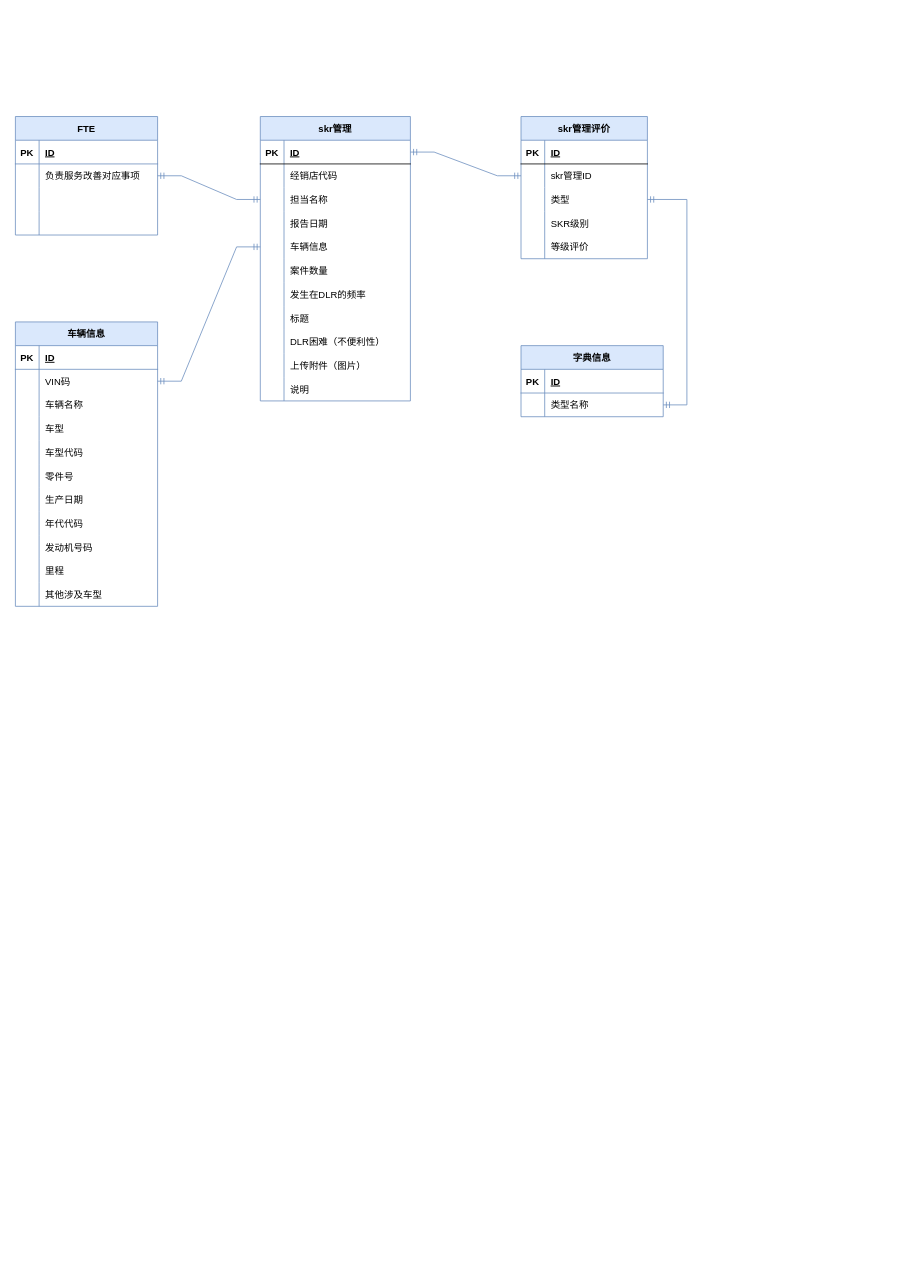
Above: GitTest/WebRoot/WEB-INF/Untitled Diagram.drawio in yinwenwei/testhyinwenwei (draw.io), before the change. Source tidied: cells renumbered, new cells numbered last; positions are measured from the earlier drawing's top-left corner, leaving out a move shared by most shapes. Both pictures are drawn from the tidied source at 79%, with x=0, y=0 at pixel (15, 116).
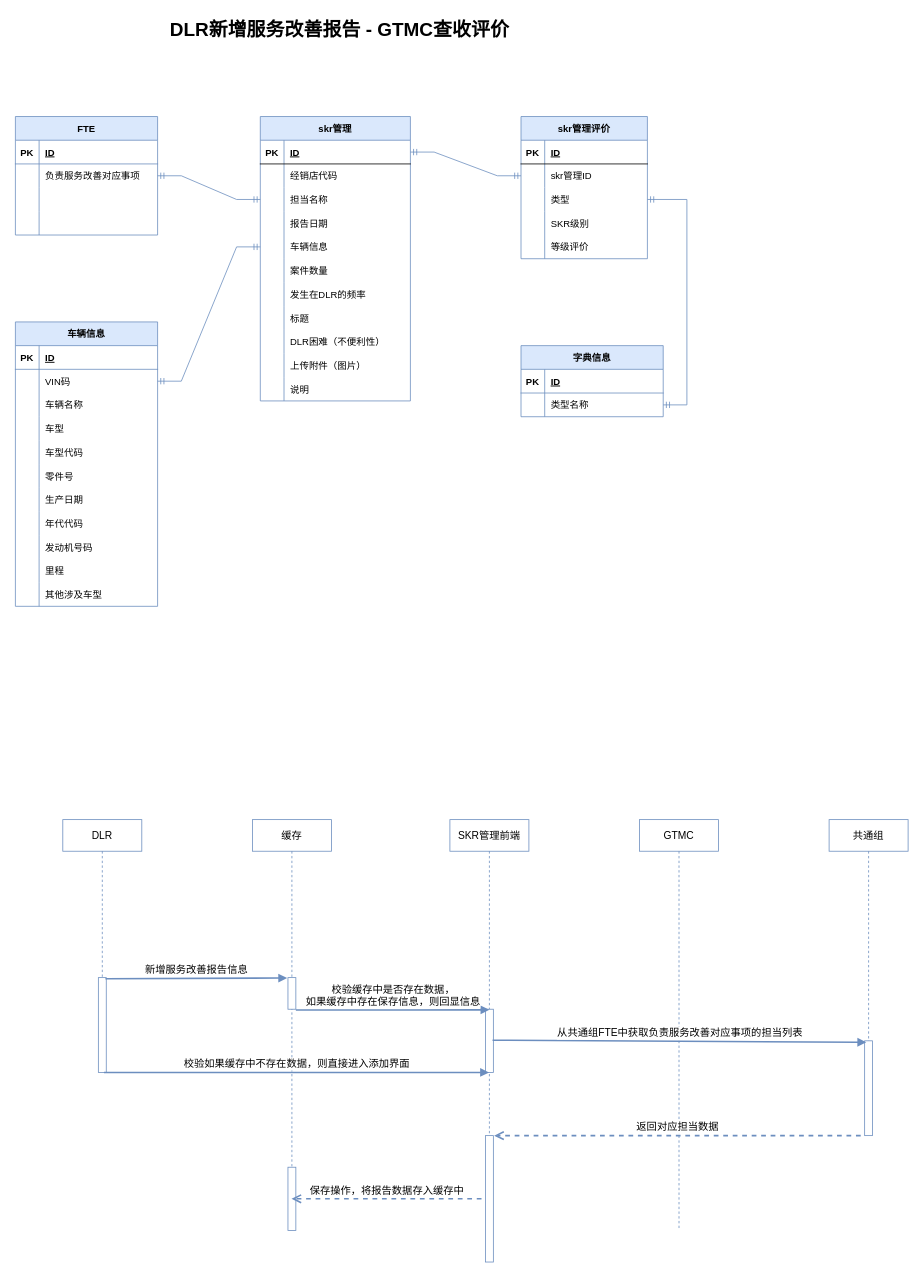
Above is the later version.

Change to the diagram source:
```diff
@@
+    <mxCell id="110" value="DLR新增服务改善报告 - GTMC查收评价" style="text;strokeColor=none;fillColor=none;html=1;fontSize=24;fontStyle=1;verticalAlign=middle;align=center;labelBorderColor=none;" parent="1" vertex="1">
+      <mxGeometry x="360" y="-130" width="100" height="40" as="geometry" />
+    </mxCell>
+    <mxCell id="111" value="DLR" style="shape=umlLifeline;perimeter=lifelinePerimeter;whiteSpace=wrap;html=1;labelBorderColor=none;fontSize=13;strokeColor=#6C8EBF;strokeWidth=1;" parent="1" vertex="1">
+      <mxGeometry x="60" y="890" width="100" height="210" as="geometry" />
+    </mxCell>
+    <mxCell id="112" value="缓存" style="shape=umlLifeline;perimeter=lifelinePerimeter;whiteSpace=wrap;html=1;outlineConnect=0;labelBorderColor=none;fontSize=13;strokeColor=#6C8EBF;strokeWidth=1;" parent="1" vertex="1">
+      <mxGeometry x="300" y="890" width="100" height="520" as="geometry" />
+    </mxCell>
+    <mxCell id="113" style="html=1;points=[];perimeter=orthogonalPerimeter;labelBorderColor=none;fontSize=13;strokeColor=#6C8EBF;strokeWidth=1;" parent="112" vertex="1">
+      <mxGeometry x="45" y="200" width="10" height="40" as="geometry" />
+    </mxCell>
+    <mxCell id="114" style="html=1;perimeter=orthogonalPerimeter;labelBorderColor=none;fontSize=13;strokeColor=#6C8EBF;strokeWidth=1;" parent="112" vertex="1">
+      <mxGeometry x="45" y="440" width="10" height="80" as="geometry" />
+    </mxCell>
+    <mxCell id="115" value="SKR管理前端" style="shape=umlLifeline;perimeter=lifelinePerimeter;whiteSpace=wrap;html=1;outlineConnect=0;labelBorderColor=none;fontSize=13;strokeColor=#6C8EBF;strokeWidth=1;" parent="1" vertex="1">
+      <mxGeometry x="550" y="890" width="100" height="400" as="geometry" />
+    </mxCell>
+    <mxCell id="116" style="html=1;points=[];perimeter=orthogonalPerimeter;labelBorderColor=none;fontSize=13;strokeColor=#6C8EBF;strokeWidth=1;" parent="115" vertex="1">
+      <mxGeometry x="45" y="240" width="10" height="80" as="geometry" />
+    </mxCell>
+    <mxCell id="117" value="GTMC" style="shape=umlLifeline;perimeter=lifelinePerimeter;whiteSpace=wrap;html=1;labelBorderColor=none;fontSize=13;strokeColor=#6C8EBF;strokeWidth=1;" parent="1" vertex="1">
+      <mxGeometry x="790" y="890" width="100" height="520" as="geometry" />
+    </mxCell>
+    <mxCell id="118" value="共通组" style="shape=umlLifeline;perimeter=lifelinePerimeter;whiteSpace=wrap;html=1;labelBorderColor=none;fontSize=13;strokeColor=#6C8EBF;strokeWidth=1;" parent="1" vertex="1">
+      <mxGeometry x="1030" y="890" width="100" height="400" as="geometry" />
+    </mxCell>
+    <mxCell id="119" style="html=1;points=[];perimeter=orthogonalPerimeter;labelBorderColor=none;fontSize=13;strokeColor=#6C8EBF;strokeWidth=1;" parent="118" vertex="1">
+      <mxGeometry x="45" y="280" width="10" height="120" as="geometry" />
+    </mxCell>
+    <mxCell id="120" style="html=1;points=[];perimeter=orthogonalPerimeter;labelBorderColor=none;fontSize=13;strokeColor=#6C8EBF;strokeWidth=1;" parent="1" vertex="1">
+      <mxGeometry x="105" y="1090" width="10" height="120" as="geometry" />
+    </mxCell>
+    <mxCell id="121" value="新增服务改善报告信息" style="html=1;verticalAlign=bottom;endArrow=block;rounded=0;fontSize=13;strokeColor=#6C8EBF;strokeWidth=2;exitX=0.9;exitY=0.011;exitDx=0;exitDy=0;exitPerimeter=0;entryX=-0.1;entryY=0.013;entryDx=0;entryDy=0;entryPerimeter=0;" parent="1" edge="1" source="120" target="113">
+      <mxGeometry relative="1" as="geometry" />
+    </mxCell>
+    <mxCell id="122" value="校验缓存中是否存在数据，&lt;br&gt;如果缓存中存在保存信息，则回显信息" style="html=1;verticalAlign=bottom;endArrow=block;rounded=0;fontSize=13;strokeColor=#6C8EBF;strokeWidth=2;exitX=1;exitY=1.025;exitDx=0;exitDy=0;exitPerimeter=0;entryX=0.5;entryY=0.01;entryDx=0;entryDy=0;entryPerimeter=0;" parent="1" edge="1" source="113" target="116">
+      <mxGeometry relative="1" as="geometry">
+        <Array as="points">
+          <mxPoint x="490" y="1131" />
+        </Array>
+      </mxGeometry>
+    </mxCell>
+    <mxCell id="123" value="校验如果缓存中不存在数据，则直接进入添加界面" style="html=1;verticalAlign=bottom;endArrow=block;rounded=0;fontSize=13;strokeColor=#6C8EBF;strokeWidth=2;exitX=0.7;exitY=1;exitDx=0;exitDy=0;exitPerimeter=0;" parent="1" edge="1" source="120" target="115">
+      <mxGeometry relative="1" as="geometry" />
+    </mxCell>
+    <mxCell id="124" value="从共通组FTE中获取负责服务改善对应事项的担当列表" style="html=1;verticalAlign=bottom;endArrow=block;rounded=0;fontSize=13;strokeColor=#6C8EBF;strokeWidth=2;exitX=0.54;exitY=0.698;exitDx=0;exitDy=0;exitPerimeter=0;entryX=0.2;entryY=0.015;entryDx=0;entryDy=0;entryPerimeter=0;" parent="1" edge="1" source="115" target="119">
+      <mxGeometry relative="1" as="geometry" />
+    </mxCell>
+    <mxCell id="125" style="html=1;points=[];perimeter=orthogonalPerimeter;labelBorderColor=none;fontSize=13;strokeColor=#6C8EBF;strokeWidth=1;" parent="1" vertex="1">
+      <mxGeometry x="595" y="1290" width="10" height="160" as="geometry" />
+    </mxCell>
+    <mxCell id="126" value="返回对应担当数据" style="html=1;verticalAlign=bottom;endArrow=open;dashed=1;endSize=8;rounded=0;fontSize=13;strokeColor=#6C8EBF;strokeWidth=2;entryX=1.1;entryY=0;entryDx=0;entryDy=0;entryPerimeter=0;" parent="1" edge="1" target="125">
+      <mxGeometry relative="1" as="geometry">
+        <mxPoint x="1070" y="1290" as="sourcePoint" />
+      </mxGeometry>
+    </mxCell>
+    <mxCell id="127" value="保存操作，将报告数据存入缓存中" style="html=1;verticalAlign=bottom;endArrow=open;dashed=1;endSize=8;rounded=0;fontSize=13;strokeColor=#6C8EBF;strokeWidth=2;" parent="1" edge="1" target="112">
+      <mxGeometry relative="1" as="geometry">
+        <mxPoint x="590" y="1370" as="sourcePoint" />
+      </mxGeometry>
+    </mxCell>
```
